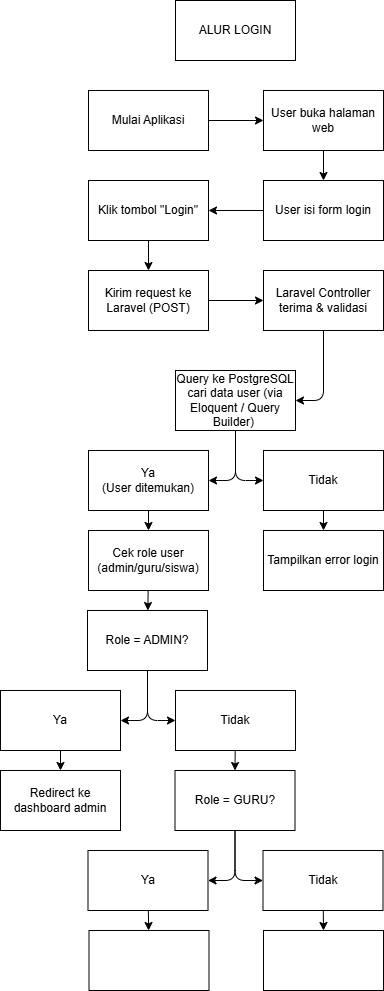
The draw.io diagram Flowchart.drawio.png in SukaMCD/Aplikasi-Guru, before a commit. Source tidied: cells renumbered, new cells last; positions are measured from the earlier drawing's top-left corner, leaving out a move shared by most shapes.
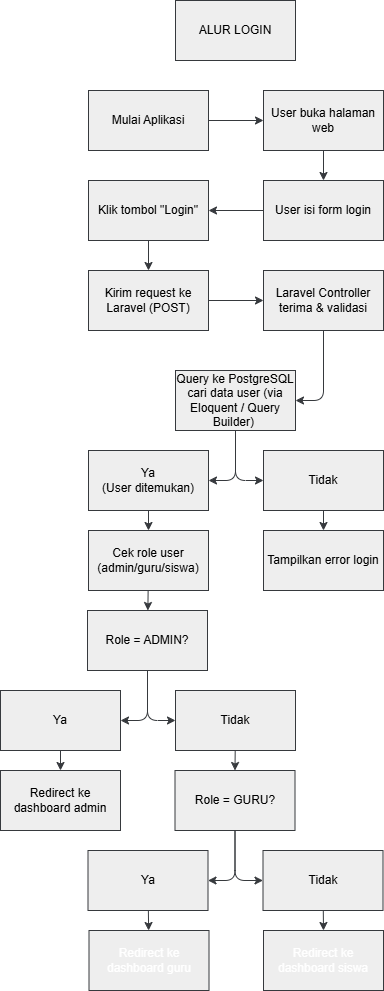
The same file after the commit.

The edit, as a diff of the source:
```diff
@@ -2,152 +2,152 @@
   <root>
     <mxCell id="0" />
     <mxCell id="1" parent="0" />
-    <mxCell id="2" style="edgeStyle=none;html=1;entryX=0;entryY=0.5;entryDx=0;entryDy=0;" parent="1" edge="1" source="3" target="5">
+    <mxCell id="2" style="edgeStyle=none;html=1;entryX=0;entryY=0.5;entryDx=0;entryDy=0;fillColor=#eeeeee;strokeColor=#36393d;" parent="1" edge="1" source="3" target="5">
       <mxGeometry relative="1" as="geometry" />
     </mxCell>
-    <mxCell id="3" value="Mulai Aplikasi" style="rounded=0;whiteSpace=wrap;html=1;" parent="1" vertex="1">
+    <mxCell id="3" value="Mulai Aplikasi" style="rounded=0;whiteSpace=wrap;html=1;fillColor=#eeeeee;strokeColor=#36393d;" parent="1" vertex="1">
       <mxGeometry x="88" y="90" width="120" height="60" as="geometry" />
     </mxCell>
-    <mxCell id="4" style="edgeStyle=none;html=1;entryX=0.5;entryY=0;entryDx=0;entryDy=0;" parent="1" edge="1" source="5" target="7">
+    <mxCell id="4" style="edgeStyle=none;html=1;entryX=0.5;entryY=0;entryDx=0;entryDy=0;fillColor=#eeeeee;strokeColor=#36393d;" parent="1" edge="1" source="5" target="7">
       <mxGeometry relative="1" as="geometry" />
     </mxCell>
-    <mxCell id="5" value="User buka halaman web" style="rounded=0;whiteSpace=wrap;html=1;" parent="1" vertex="1">
+    <mxCell id="5" value="User buka halaman web" style="rounded=0;whiteSpace=wrap;html=1;fillColor=#eeeeee;strokeColor=#36393d;" parent="1" vertex="1">
       <mxGeometry x="263" y="90" width="120" height="60" as="geometry" />
     </mxCell>
-    <mxCell id="6" style="edgeStyle=none;html=1;" parent="1" edge="1" source="7" target="9">
+    <mxCell id="6" style="edgeStyle=none;html=1;fillColor=#eeeeee;strokeColor=#36393d;" parent="1" edge="1" source="7" target="9">
       <mxGeometry relative="1" as="geometry" />
     </mxCell>
-    <mxCell id="7" value="User isi form login" style="rounded=0;whiteSpace=wrap;html=1;" parent="1" vertex="1">
+    <mxCell id="7" value="User isi form login" style="rounded=0;whiteSpace=wrap;html=1;fillColor=#eeeeee;strokeColor=#36393d;" parent="1" vertex="1">
       <mxGeometry x="263" y="180" width="120" height="60" as="geometry" />
     </mxCell>
-    <mxCell id="8" style="edgeStyle=none;html=1;entryX=0.5;entryY=0;entryDx=0;entryDy=0;" parent="1" edge="1" source="9" target="11">
+    <mxCell id="8" style="edgeStyle=none;html=1;entryX=0.5;entryY=0;entryDx=0;entryDy=0;fillColor=#eeeeee;strokeColor=#36393d;" parent="1" edge="1" source="9" target="11">
       <mxGeometry relative="1" as="geometry" />
     </mxCell>
-    <mxCell id="9" value="Klik tombol &quot;Login&quot;" style="rounded=0;whiteSpace=wrap;html=1;" parent="1" vertex="1">
+    <mxCell id="9" value="Klik tombol &quot;Login&quot;" style="rounded=0;whiteSpace=wrap;html=1;fillColor=#eeeeee;strokeColor=#36393d;" parent="1" vertex="1">
       <mxGeometry x="88" y="180" width="120" height="60" as="geometry" />
     </mxCell>
-    <mxCell id="10" style="edgeStyle=none;html=1;entryX=0;entryY=0.5;entryDx=0;entryDy=0;" parent="1" edge="1" source="11" target="13">
+    <mxCell id="10" style="edgeStyle=none;html=1;entryX=0;entryY=0.5;entryDx=0;entryDy=0;fillColor=#eeeeee;strokeColor=#36393d;" parent="1" edge="1" source="11" target="13">
       <mxGeometry relative="1" as="geometry" />
     </mxCell>
-    <mxCell id="11" value="Kirim request ke Laravel (POST)" style="rounded=0;whiteSpace=wrap;html=1;" parent="1" vertex="1">
+    <mxCell id="11" value="Kirim request ke Laravel (POST)" style="rounded=0;whiteSpace=wrap;html=1;fillColor=#eeeeee;strokeColor=#36393d;" parent="1" vertex="1">
       <mxGeometry x="88" y="270" width="120" height="60" as="geometry" />
     </mxCell>
-    <mxCell id="12" style="edgeStyle=none;html=1;entryX=1;entryY=0.5;entryDx=0;entryDy=0;" parent="1" edge="1" source="13" target="16">
+    <mxCell id="12" style="edgeStyle=none;html=1;entryX=1;entryY=0.5;entryDx=0;entryDy=0;fillColor=#eeeeee;strokeColor=#36393d;" parent="1" edge="1" source="13" target="16">
       <mxGeometry relative="1" as="geometry">
         <Array as="points">
           <mxPoint x="323" y="400" />
         </Array>
       </mxGeometry>
     </mxCell>
-    <mxCell id="13" value="Laravel Controller terima &amp;amp; validasi" style="rounded=0;whiteSpace=wrap;html=1;" parent="1" vertex="1">
+    <mxCell id="13" value="Laravel Controller terima &amp;amp; validasi" style="rounded=0;whiteSpace=wrap;html=1;fillColor=#eeeeee;strokeColor=#36393d;" parent="1" vertex="1">
       <mxGeometry x="263" y="270" width="120" height="60" as="geometry" />
     </mxCell>
-    <mxCell id="14" style="edgeStyle=none;html=1;entryX=1;entryY=0.5;entryDx=0;entryDy=0;" parent="1" edge="1" source="16" target="18">
+    <mxCell id="14" style="edgeStyle=none;html=1;entryX=1;entryY=0.5;entryDx=0;entryDy=0;fillColor=#eeeeee;strokeColor=#36393d;" parent="1" edge="1" source="16" target="18">
       <mxGeometry relative="1" as="geometry">
         <Array as="points">
           <mxPoint x="235" y="480" />
         </Array>
       </mxGeometry>
     </mxCell>
-    <mxCell id="15" style="edgeStyle=none;html=1;exitX=0.5;exitY=1;exitDx=0;exitDy=0;entryX=0;entryY=0.5;entryDx=0;entryDy=0;" parent="1" edge="1" source="16" target="20">
+    <mxCell id="15" style="edgeStyle=none;html=1;exitX=0.5;exitY=1;exitDx=0;exitDy=0;entryX=0;entryY=0.5;entryDx=0;entryDy=0;fillColor=#eeeeee;strokeColor=#36393d;" parent="1" edge="1" source="16" target="20">
       <mxGeometry relative="1" as="geometry">
         <Array as="points">
           <mxPoint x="235" y="480" />
         </Array>
       </mxGeometry>
     </mxCell>
-    <mxCell id="16" value="&lt;div&gt;&lt;font style=&quot;color: light-dark(rgb(0, 0, 0), rgb(255, 255, 255));&quot;&gt;&lt;font&gt;Query ke PostgreSQL cari data user&lt;/font&gt;&lt;span style=&quot;background-color: transparent;&quot;&gt;&amp;nbsp;(via Eloquent / Query Builder)&amp;nbsp;&lt;/span&gt;&lt;/font&gt;&lt;/div&gt;" style="rounded=0;whiteSpace=wrap;html=1;" parent="1" vertex="1">
+    <mxCell id="16" value="&lt;div&gt;&lt;font style=&quot;color: light-dark(rgb(0, 0, 0), rgb(255, 255, 255));&quot;&gt;&lt;font&gt;Query ke PostgreSQL cari data user&lt;/font&gt;&lt;span style=&quot;background-color: transparent;&quot;&gt;&amp;nbsp;(via Eloquent / Query Builder)&amp;nbsp;&lt;/span&gt;&lt;/font&gt;&lt;/div&gt;" style="rounded=0;whiteSpace=wrap;html=1;fillColor=#eeeeee;strokeColor=#36393d;" parent="1" vertex="1">
       <mxGeometry x="175" y="370" width="120" height="60" as="geometry" />
     </mxCell>
-    <mxCell id="17" style="edgeStyle=none;html=1;" parent="1" edge="1" source="18" target="22">
+    <mxCell id="17" style="edgeStyle=none;html=1;fillColor=#eeeeee;strokeColor=#36393d;" parent="1" edge="1" source="18" target="22">
       <mxGeometry relative="1" as="geometry" />
     </mxCell>
-    <mxCell id="18" value="Ya&lt;div&gt;(User ditemukan)&lt;/div&gt;" style="rounded=0;whiteSpace=wrap;html=1;" parent="1" vertex="1">
+    <mxCell id="18" value="Ya&lt;div&gt;(User ditemukan)&lt;/div&gt;" style="rounded=0;whiteSpace=wrap;html=1;fillColor=#eeeeee;strokeColor=#36393d;" parent="1" vertex="1">
       <mxGeometry x="88" y="450" width="120" height="60" as="geometry" />
     </mxCell>
-    <mxCell id="19" style="edgeStyle=none;html=1;" parent="1" edge="1" source="20" target="23">
+    <mxCell id="19" style="edgeStyle=none;html=1;fillColor=#eeeeee;strokeColor=#36393d;" parent="1" edge="1" source="20" target="23">
       <mxGeometry relative="1" as="geometry" />
     </mxCell>
-    <mxCell id="20" value="Tidak" style="rounded=0;whiteSpace=wrap;html=1;" parent="1" vertex="1">
+    <mxCell id="20" value="Tidak" style="rounded=0;whiteSpace=wrap;html=1;fillColor=#eeeeee;strokeColor=#36393d;" parent="1" vertex="1">
       <mxGeometry x="263" y="450" width="120" height="60" as="geometry" />
     </mxCell>
-    <mxCell id="21" style="edgeStyle=none;html=1;" parent="1" edge="1" source="22" target="26">
+    <mxCell id="21" style="edgeStyle=none;html=1;fillColor=#eeeeee;strokeColor=#36393d;" parent="1" edge="1" source="22" target="26">
       <mxGeometry relative="1" as="geometry" />
     </mxCell>
-    <mxCell id="22" value="Cek role user (admin/guru/siswa)" style="rounded=0;whiteSpace=wrap;html=1;" parent="1" vertex="1">
+    <mxCell id="22" value="Cek role user (admin/guru/siswa)" style="rounded=0;whiteSpace=wrap;html=1;fillColor=#eeeeee;strokeColor=#36393d;" parent="1" vertex="1">
       <mxGeometry x="88" y="530" width="120" height="60" as="geometry" />
     </mxCell>
-    <mxCell id="23" value="Tampilkan error login" style="rounded=0;whiteSpace=wrap;html=1;" parent="1" vertex="1">
+    <mxCell id="23" value="Tampilkan error login" style="rounded=0;whiteSpace=wrap;html=1;fillColor=#eeeeee;strokeColor=#36393d;" parent="1" vertex="1">
       <mxGeometry x="263" y="530" width="120" height="60" as="geometry" />
     </mxCell>
-    <mxCell id="24" style="edgeStyle=none;html=1;entryX=1;entryY=0.5;entryDx=0;entryDy=0;" parent="1" edge="1" source="26" target="28">
+    <mxCell id="24" style="edgeStyle=none;html=1;entryX=1;entryY=0.5;entryDx=0;entryDy=0;fillColor=#eeeeee;strokeColor=#36393d;" parent="1" edge="1" source="26" target="28">
       <mxGeometry relative="1" as="geometry">
         <Array as="points">
           <mxPoint x="147" y="720" />
         </Array>
       </mxGeometry>
     </mxCell>
-    <mxCell id="25" style="edgeStyle=none;html=1;exitX=0.5;exitY=1;exitDx=0;exitDy=0;entryX=0;entryY=0.5;entryDx=0;entryDy=0;" parent="1" edge="1" source="26" target="30">
+    <mxCell id="25" style="edgeStyle=none;html=1;exitX=0.5;exitY=1;exitDx=0;exitDy=0;entryX=0;entryY=0.5;entryDx=0;entryDy=0;fillColor=#eeeeee;strokeColor=#36393d;" parent="1" edge="1" source="26" target="30">
       <mxGeometry relative="1" as="geometry">
         <Array as="points">
           <mxPoint x="147" y="720" />
         </Array>
       </mxGeometry>
     </mxCell>
-    <mxCell id="26" value="Role = ADMIN?" style="rounded=0;whiteSpace=wrap;html=1;" parent="1" vertex="1">
+    <mxCell id="26" value="Role = ADMIN?" style="rounded=0;whiteSpace=wrap;html=1;fillColor=#eeeeee;strokeColor=#36393d;" parent="1" vertex="1">
       <mxGeometry x="87" y="610" width="120" height="60" as="geometry" />
     </mxCell>
-    <mxCell id="27" style="edgeStyle=none;html=1;" parent="1" edge="1" source="28" target="31">
+    <mxCell id="27" style="edgeStyle=none;html=1;fillColor=#eeeeee;strokeColor=#36393d;" parent="1" edge="1" source="28" target="31">
       <mxGeometry relative="1" as="geometry" />
     </mxCell>
-    <mxCell id="28" value="Ya" style="rounded=0;whiteSpace=wrap;html=1;" parent="1" vertex="1">
+    <mxCell id="28" value="Ya" style="rounded=0;whiteSpace=wrap;html=1;fillColor=#eeeeee;strokeColor=#36393d;" parent="1" vertex="1">
       <mxGeometry y="690" width="120" height="60" as="geometry" />
     </mxCell>
-    <mxCell id="29" style="edgeStyle=none;html=1;entryX=0.5;entryY=0;entryDx=0;entryDy=0;" parent="1" edge="1" source="30" target="34">
+    <mxCell id="29" style="edgeStyle=none;html=1;entryX=0.5;entryY=0;entryDx=0;entryDy=0;fillColor=#eeeeee;strokeColor=#36393d;" parent="1" edge="1" source="30" target="34">
       <mxGeometry relative="1" as="geometry" />
     </mxCell>
-    <mxCell id="30" value="Tidak" style="rounded=0;whiteSpace=wrap;html=1;" parent="1" vertex="1">
+    <mxCell id="30" value="Tidak" style="rounded=0;whiteSpace=wrap;html=1;fillColor=#eeeeee;strokeColor=#36393d;" parent="1" vertex="1">
       <mxGeometry x="175" y="690" width="120" height="60" as="geometry" />
     </mxCell>
-    <mxCell id="31" value="Redirect ke dashboard admin" style="rounded=0;whiteSpace=wrap;html=1;" parent="1" vertex="1">
+    <mxCell id="31" value="Redirect ke dashboard admin" style="rounded=0;whiteSpace=wrap;html=1;fillColor=#eeeeee;strokeColor=#36393d;" parent="1" vertex="1">
       <mxGeometry y="770" width="120" height="60" as="geometry" />
     </mxCell>
-    <mxCell id="32" style="edgeStyle=none;html=1;entryX=1;entryY=0.5;entryDx=0;entryDy=0;" parent="1" edge="1" source="34" target="36">
+    <mxCell id="32" style="edgeStyle=none;html=1;entryX=1;entryY=0.5;entryDx=0;entryDy=0;fillColor=#eeeeee;strokeColor=#36393d;" parent="1" edge="1" source="34" target="36">
       <mxGeometry relative="1" as="geometry">
         <Array as="points">
           <mxPoint x="234.5" y="880" />
         </Array>
       </mxGeometry>
     </mxCell>
-    <mxCell id="33" style="edgeStyle=none;html=1;exitX=0.5;exitY=1;exitDx=0;exitDy=0;entryX=0;entryY=0.5;entryDx=0;entryDy=0;" parent="1" edge="1" source="34" target="38">
+    <mxCell id="33" style="edgeStyle=none;html=1;exitX=0.5;exitY=1;exitDx=0;exitDy=0;entryX=0;entryY=0.5;entryDx=0;entryDy=0;fillColor=#eeeeee;strokeColor=#36393d;" parent="1" edge="1" source="34" target="38">
       <mxGeometry relative="1" as="geometry">
         <Array as="points">
           <mxPoint x="234.5" y="880" />
         </Array>
       </mxGeometry>
     </mxCell>
-    <mxCell id="34" value="Role = GURU?" style="rounded=0;whiteSpace=wrap;html=1;" parent="1" vertex="1">
+    <mxCell id="34" value="Role = GURU?" style="rounded=0;whiteSpace=wrap;html=1;fillColor=#eeeeee;strokeColor=#36393d;" parent="1" vertex="1">
       <mxGeometry x="174.5" y="770" width="120" height="60" as="geometry" />
     </mxCell>
-    <mxCell id="35" style="edgeStyle=none;html=1;" parent="1" edge="1" source="36" target="39">
+    <mxCell id="35" style="edgeStyle=none;html=1;fillColor=#eeeeee;strokeColor=#36393d;" parent="1" edge="1" source="36" target="39">
       <mxGeometry relative="1" as="geometry" />
     </mxCell>
-    <mxCell id="36" value="Ya" style="rounded=0;whiteSpace=wrap;html=1;" parent="1" vertex="1">
+    <mxCell id="36" value="Ya" style="rounded=0;whiteSpace=wrap;html=1;fillColor=#eeeeee;strokeColor=#36393d;" parent="1" vertex="1">
       <mxGeometry x="87.5" y="850" width="120" height="60" as="geometry" />
     </mxCell>
-    <mxCell id="37" style="edgeStyle=none;html=1;entryX=0.5;entryY=0;entryDx=0;entryDy=0;" parent="1" edge="1" source="38" target="40">
+    <mxCell id="37" style="edgeStyle=none;html=1;entryX=0.5;entryY=0;entryDx=0;entryDy=0;fillColor=#eeeeee;strokeColor=#36393d;" parent="1" edge="1" source="38" target="40">
       <mxGeometry relative="1" as="geometry" />
     </mxCell>
-    <mxCell id="38" value="Tidak" style="rounded=0;whiteSpace=wrap;html=1;" parent="1" vertex="1">
+    <mxCell id="38" value="Tidak" style="rounded=0;whiteSpace=wrap;html=1;fillColor=#eeeeee;strokeColor=#36393d;" parent="1" vertex="1">
       <mxGeometry x="262.5" y="850" width="120" height="60" as="geometry" />
     </mxCell>
-    <mxCell id="39" value="&lt;span&gt;&lt;font style=&quot;color: light-dark(rgb(255, 255, 255), rgb(255, 255, 255));&quot;&gt;Redirect ke dashboard guru&lt;/font&gt;&lt;/span&gt;" style="rounded=0;whiteSpace=wrap;html=1;" parent="1" vertex="1">
+    <mxCell id="39" value="&lt;span&gt;&lt;font style=&quot;color: light-dark(rgb(255, 255, 255), rgb(255, 255, 255));&quot;&gt;Redirect ke dashboard guru&lt;/font&gt;&lt;/span&gt;" style="rounded=0;whiteSpace=wrap;html=1;fillColor=#eeeeee;strokeColor=#36393d;" parent="1" vertex="1">
       <mxGeometry x="88.5" y="930" width="120" height="60" as="geometry" />
     </mxCell>
-    <mxCell id="40" value="&lt;span&gt;&lt;font style=&quot;color: light-dark(rgb(255, 255, 255), rgb(255, 255, 255));&quot;&gt;Redirect ke dashboard siswa&lt;/font&gt;&lt;/span&gt;" style="rounded=0;whiteSpace=wrap;html=1;" parent="1" vertex="1">
+    <mxCell id="40" value="&lt;span&gt;&lt;font style=&quot;color: light-dark(rgb(255, 255, 255), rgb(255, 255, 255));&quot;&gt;Redirect ke dashboard siswa&lt;/font&gt;&lt;/span&gt;" style="rounded=0;whiteSpace=wrap;html=1;fillColor=#eeeeee;strokeColor=#36393d;" parent="1" vertex="1">
       <mxGeometry x="263" y="930" width="120" height="60" as="geometry" />
     </mxCell>
-    <mxCell id="41" value="ALUR LOGIN" style="rounded=0;whiteSpace=wrap;html=1;" parent="1" vertex="1">
+    <mxCell id="41" value="ALUR LOGIN" style="rounded=0;whiteSpace=wrap;html=1;fillColor=#eeeeee;strokeColor=#36393d;" parent="1" vertex="1">
       <mxGeometry x="175" width="120" height="60" as="geometry" />
     </mxCell>
   </root>
```
